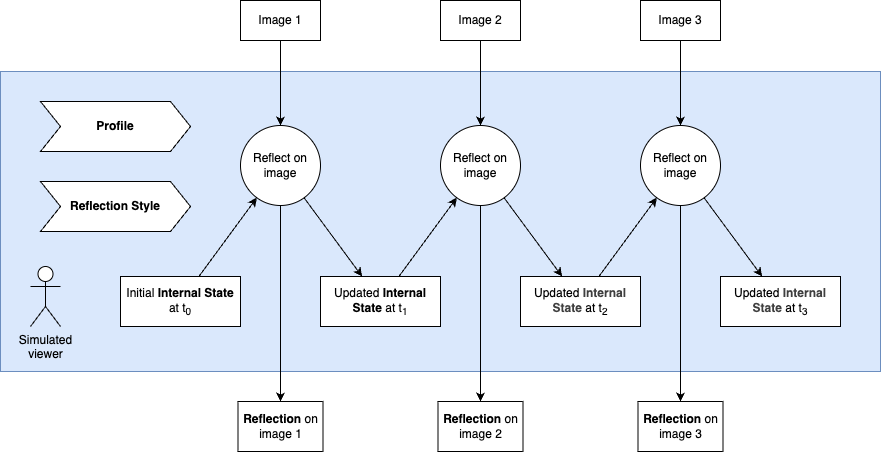
Earlier version of the draw.io export docs/stateful-viewing-model.png (fredericbenard/stateful-viewers). Source tidied: cells renumbered, new cells last; positions are measured from the earlier drawing's top-left corner, leaving out a move shared by most shapes.
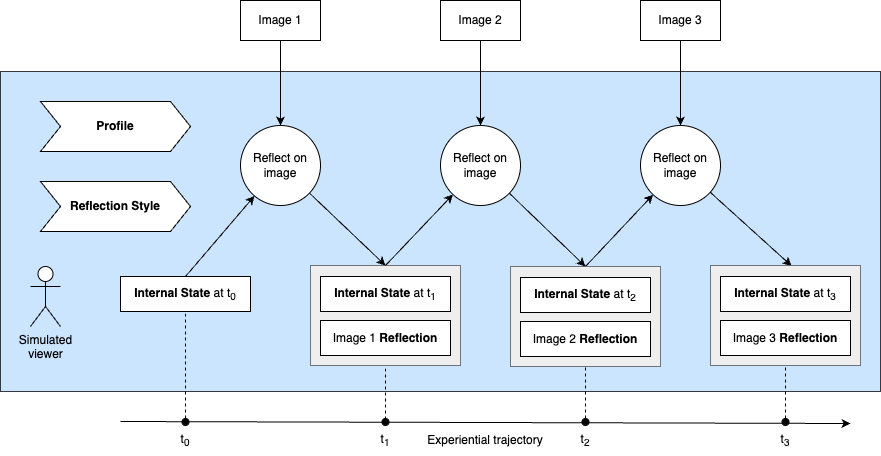
The same diagram one commit later.

Diff of the diagram source:
```diff
@@ -2,21 +2,18 @@
   <root>
     <mxCell id="0" />
     <mxCell id="1" parent="0" />
-    <mxCell id="2" style="rounded=0;whiteSpace=wrap;html=1;fillColor=#dae8fc;strokeColor=#6c8ebf;" parent="1" vertex="1">
-      <mxGeometry y="71" width="880" height="300" as="geometry" />
+    <mxCell id="2" style="rounded=0;whiteSpace=wrap;html=1;fillColor=#cce5ff;strokeColor=#36393d;" parent="1" vertex="1">
+      <mxGeometry y="71" width="880" height="320" as="geometry" />
     </mxCell>
+    <mxCell id="31" style="rounded=0;whiteSpace=wrap;html=1;strokeWidth=0.5;fillStyle=auto;fillColor=#eeeeee;strokeColor=#36393d;" parent="1" vertex="1">
+      <mxGeometry x="310" y="265" width="150" height="100" as="geometry" />
+    </mxCell>
-    <mxCell id="3" value="Initial &lt;b&gt;Internal State&lt;/b&gt; at t&lt;sub&gt;0&lt;/sub&gt;" style="rounded=0;whiteSpace=wrap;html=1;" parent="1" vertex="1">
-      <mxGeometry x="120" y="276" width="120" height="50" as="geometry" />
+    <mxCell id="3" value="&lt;b&gt;Internal State&lt;/b&gt; at t&lt;sub&gt;0&lt;/sub&gt;" style="rounded=0;whiteSpace=wrap;html=1;" parent="1" vertex="1">
+      <mxGeometry x="120" y="276" width="130" height="35" as="geometry" />
     </mxCell>
-    <mxCell id="4" value="&lt;span style=&quot;color: rgb(0, 0, 0);&quot;&gt;Updated &lt;b&gt;Internal State&lt;/b&gt;&lt;/span&gt;&amp;nbsp;at t&lt;sub&gt;1&lt;/sub&gt;" style="rounded=0;whiteSpace=wrap;html=1;" parent="1" vertex="1">
-      <mxGeometry x="320" y="276" width="120" height="50" as="geometry" />
+    <mxCell id="4" value="&lt;font&gt;&lt;span style=&quot;color: rgb(0, 0, 0);&quot;&gt;&lt;b&gt;Internal State&lt;/b&gt;&lt;/span&gt;&amp;nbsp;at t&lt;sub&gt;1&lt;/sub&gt;&lt;/font&gt;" style="rounded=0;whiteSpace=wrap;html=1;" parent="1" vertex="1">
+      <mxGeometry x="320" y="276" width="130" height="35" as="geometry" />
     </mxCell>
-    <mxCell id="5" value="&lt;span style=&quot;color: rgb(0, 0, 0);&quot;&gt;Updated&amp;nbsp;&lt;/span&gt;&lt;b style=&quot;color: rgb(63, 63, 63); scrollbar-color: rgb(226, 226, 226) rgb(251, 251, 251);&quot;&gt;Internal State&lt;/b&gt;&amp;nbsp;at t&lt;sub&gt;2&lt;/sub&gt;" style="rounded=0;whiteSpace=wrap;html=1;" parent="1" vertex="1">
-      <mxGeometry x="520" y="276" width="120" height="50" as="geometry" />
-    </mxCell>
-    <mxCell id="6" value="&lt;span style=&quot;color: rgb(0, 0, 0);&quot;&gt;Updated&amp;nbsp;&lt;/span&gt;&lt;b style=&quot;color: rgb(63, 63, 63); scrollbar-color: rgb(226, 226, 226) rgb(251, 251, 251);&quot;&gt;Internal State&lt;/b&gt;&amp;nbsp;at t&lt;sub&gt;3&lt;/sub&gt;" style="rounded=0;whiteSpace=wrap;html=1;" parent="1" vertex="1">
-      <mxGeometry x="720" y="276" width="120" height="50" as="geometry" />
-    </mxCell>
     <mxCell id="7" value="Simulated&lt;br&gt;viewer" style="shape=umlActor;verticalLabelPosition=bottom;verticalAlign=top;html=1;" parent="1" vertex="1">
       <mxGeometry x="30" y="266" width="30" height="60" as="geometry" />
     </mxCell>
@@ -29,58 +26,40 @@
     <mxCell id="10" value="Im&lt;span style=&quot;color: rgba(0, 0, 0, 0); font-family: monospace; font-size: 0px; text-align: start;&quot;&gt;%3CmxGraphModel%3E%3Croot%3E%3CmxCell%20id%3D%220%22%2F%3E%3CmxCell%20id%3D%221%22%20parent%3D%220%22%2F%3E%3CmxCell%20id%3D%222%22%20value%3D%22Imag%26lt%3Bspan%20style%3D%26quot%3Bcolor%3A%20rgba(0%2C%200%2C%200%2C%200)%3B%20font-family%3A%20monospace%3B%20font-size%3A%200px%3B%20text-align%3A%20start%3B%26quot%3B%26gt%3B%253CmxGraphModel%253E%253Croot%253E%253CmxCell%2520id%253D%25220%2522%252F%253E%253CmxCell%2520id%253D%25221%2522%2520parent%253D%25220%2522%252F%253E%253CmxCell%2520id%253D%25222%2522%2520value%253D%2522Profile%2522%2520style%253D%2522rounded%253D0%253BwhiteSpace%253Dwrap%253Bhtml%253D1%253B%2522%2520vertex%253D%25221%2522%2520parent%253D%25221%2522%253E%253CmxGeometry%2520x%253D%252290%2522%2520y%253D%2522260%2522%2520width%253D%2522120%2522%2520height%253D%252260%2522%2520as%253D%2522geometry%2522%252F%253E%253C%252FmxCell%253E%253C%252Froot%253E%253C%252FmxGraphModel%253E%26lt%3B%2Fspan%26gt%3Be%201%26lt%3Bspan%20style%3D%26quot%3Bcolor%3A%20rgba(0%2C%200%2C%200%2C%200)%3B%20font-family%3A%20monospace%3B%20font-size%3A%200px%3B%20text-align%3A%20start%3B%26quot%3B%26gt%3B%253CmxGraphModel%253E%253Croot%253E%253CmxCell%2520id%253D%25220%2522%252F%253E%253CmxCell%2520id%253D%25221%2522%2520parent%253D%25220%2522%252F%253E%253CmxCell%2520id%253D%25222%2522%2520value%253D%2522Profile%2522%2520style%253D%2522rounded%253D0%253BwhiteSpace%253Dwrap%253Bhtml%253D1%253B%2522%2520vertex%253D%25221%2522%2520parent%253D%25221%2522%253E%253CmxGeometry%2520x%253D%252290%2522%2520y%253D%2522260%2522%2520width%253D%2522120%2522%2520height%253D%252260%2522%2520as%253D%2522geometry%2522%252F%253E%253C%252FmxCell%253E%253C%252Froot%253E%253C%252FmxGraphModel%253E%26lt%3B%2Fspan%26gt%3B%22%20style%3D%22rounded%3D0%3BwhiteSpace%3Dwrap%3Bhtml%3D1%3B%22%20vertex%3D%221%22%20parent%3D%221%22%3E%3CmxGeometry%20x%3D%22300%22%20y%3D%22150%22%20width%3D%22120%22%20height%3D%2260%22%20as%3D%22geometry%22%2F%3E%3C%2FmxCell%3E%3C%2Froot%3E%3C%2FmxGraphModel%3E&lt;/span&gt;age 3" style="rounded=0;whiteSpace=wrap;html=1;" parent="1" vertex="1">
       <mxGeometry x="640" width="80" height="40" as="geometry" />
     </mxCell>
-    <mxCell id="11" value="&lt;b&gt;Reflection&lt;/b&gt; on image 1" style="rounded=0;whiteSpace=wrap;html=1;" parent="1" vertex="1">
-      <mxGeometry x="237.5" y="401" width="85" height="50" as="geometry" />
-    </mxCell>
-    <mxCell id="12" value="&lt;b&gt;Refle&lt;span style=&quot;color: rgba(0, 0, 0, 0); font-family: monospace; font-size: 0px; text-align: start;&quot;&gt;%3CmxGraphModel%3E%3Croot%3E%3CmxCell%20id%3D%220%22%2F%3E%3CmxCell%20id%3D%221%22%20parent%3D%220%22%2F%3E%3CmxCell%20id%3D%222%22%20value%3D%22Reflection%20about%20image%201%22%20style%3D%22rounded%3D0%3BwhiteSpace%3Dwrap%3Bhtml%3D1%3B%22%20vertex%3D%221%22%20parent%3D%221%22%3E%3CmxGeometry%20x%3D%22290%22%20y%3D%22300%22%20width%3D%22120%22%20height%3D%2260%22%20as%3D%22geometry%22%2F%3E%3C%2FmxCell%3E%3C%2Froot%3E%3C%2FmxGraphModel%3E&lt;/span&gt;ction&lt;/b&gt; on image 3&lt;span style=&quot;color: rgba(0, 0, 0, 0); font-family: monospace; font-size: 0px; text-align: start;&quot;&gt;%3CmxGraphModel%3E%3Croot%3E%3CmxCell%20id%3D%220%22%2F%3E%3CmxCell%20id%3D%221%22%20parent%3D%220%22%2F%3E%3CmxCell%20id%3D%222%22%20value%3D%22Reflection%20about%20image%201%22%20style%3D%22rounded%3D0%3BwhiteSpace%3Dwrap%3Bhtml%3D1%3B%22%20vertex%3D%221%22%20parent%3D%221%22%3E%3CmxGeometry%20x%3D%22290%22%20y%3D%22300%22%20width%3D%22120%22%20height%3D%2260%22%20as%3D%22geometry%22%2F%3E%3C%2FmxCell%3E%3C%2Froot%3E%3C%2FmxGraphModel%3E&lt;/span&gt;" style="rounded=0;whiteSpace=wrap;html=1;" parent="1" vertex="1">
-      <mxGeometry x="637.5" y="401" width="85" height="50" as="geometry" />
-    </mxCell>
     <mxCell id="13" style="endArrow=classic;html=1;" parent="1" edge="1" source="8" target="15">
       <mxGeometry relative="1" as="geometry" />
     </mxCell>
-    <mxCell id="14" style="endArrow=classic;html=1;" parent="1" edge="1" source="3" target="15">
+    <mxCell id="14" style="endArrow=classic;html=1;exitX=0.5;exitY=0;exitDx=0;exitDy=0;" parent="1" edge="1" source="3" target="15">
       <mxGeometry relative="1" as="geometry" />
     </mxCell>
     <mxCell id="15" value="Reflect on image" style="ellipse;whiteSpace=wrap;html=1;" parent="1" vertex="1">
       <mxGeometry x="240" y="125" width="80" height="80" as="geometry" />
     </mxCell>
-    <mxCell id="16" style="endArrow=classic;html=1;" parent="1" edge="1" source="15" target="11">
-      <mxGeometry relative="1" as="geometry" />
-    </mxCell>
-    <mxCell id="17" style="endArrow=classic;html=1;" parent="1" edge="1" source="15" target="4">
+    <mxCell id="17" style="endArrow=classic;html=1;entryX=0.5;entryY=0;entryDx=0;entryDy=0;" parent="1" edge="1" source="15" target="31">
       <mxGeometry relative="1" as="geometry" />
     </mxCell>
     <mxCell id="18" value="&lt;span style=&quot;color: rgb(0, 0, 0);&quot;&gt;Reflect on image&lt;/span&gt;" style="ellipse;whiteSpace=wrap;html=1;" parent="1" vertex="1">
       <mxGeometry x="440" y="125" width="80" height="80" as="geometry" />
     </mxCell>
-    <mxCell id="19" style="endArrow=classic;html=1;" parent="1" edge="1" source="18" target="23">
-      <mxGeometry relative="1" as="geometry" />
-    </mxCell>
-    <mxCell id="20" style="endArrow=classic;html=1;" parent="1" edge="1" source="18" target="5">
+    <mxCell id="20" style="endArrow=classic;html=1;entryX=0.5;entryY=0;entryDx=0;entryDy=0;" parent="1" edge="1" source="18" target="46">
       <mxGeometry relative="1" as="geometry" />
     </mxCell>
     <mxCell id="21" style="endArrow=classic;html=1;" parent="1" edge="1" source="9" target="18">
       <mxGeometry relative="1" as="geometry" />
     </mxCell>
-    <mxCell id="22" style="endArrow=classic;html=1;" parent="1" edge="1" source="4" target="18">
+    <mxCell id="22" style="endArrow=classic;html=1;exitX=0.5;exitY=0;exitDx=0;exitDy=0;" parent="1" edge="1" source="31" target="18">
       <mxGeometry relative="1" as="geometry" />
     </mxCell>
-    <mxCell id="23" value="&lt;b&gt;Reflection&lt;/b&gt; on image 2" style="rounded=0;whiteSpace=wrap;html=1;" parent="1" vertex="1">
-      <mxGeometry x="437.5" y="401" width="85" height="50" as="geometry" />
-    </mxCell>
     <mxCell id="24" value="&lt;span style=&quot;color: rgb(0, 0, 0);&quot;&gt;Reflect on image&lt;/span&gt;" style="ellipse;whiteSpace=wrap;html=1;" parent="1" vertex="1">
       <mxGeometry x="640" y="125" width="80" height="80" as="geometry" />
     </mxCell>
-    <mxCell id="25" style="endArrow=classic;html=1;" parent="1" edge="1" source="24" target="12">
-      <mxGeometry relative="1" as="geometry" />
-    </mxCell>
-    <mxCell id="26" style="endArrow=classic;html=1;" parent="1" edge="1" source="24" target="6">
+    <mxCell id="26" style="endArrow=classic;html=1;entryX=0.541;entryY=0.005;entryDx=0;entryDy=0;entryPerimeter=0;" parent="1" edge="1" source="24" target="49">
       <mxGeometry relative="1" as="geometry" />
     </mxCell>
     <mxCell id="27" style="endArrow=classic;html=1;" parent="1" edge="1" source="10" target="24">
       <mxGeometry relative="1" as="geometry" />
     </mxCell>
-    <mxCell id="28" style="endArrow=classic;html=1;" parent="1" edge="1" source="5" target="24">
+    <mxCell id="28" style="endArrow=classic;html=1;exitX=0.5;exitY=0;exitDx=0;exitDy=0;" parent="1" edge="1" source="46" target="24">
       <mxGeometry relative="1" as="geometry" />
     </mxCell>
     <mxCell id="29" value="&lt;b&gt;Profile&lt;/b&gt;" style="shape=step;perimeter=stepPerimeter;whiteSpace=wrap;html=1;fixedSize=1;" parent="1" vertex="1">
@@ -89,5 +68,75 @@
     <mxCell id="30" value="&lt;b&gt;Reflection Style&lt;/b&gt;" style="shape=step;perimeter=stepPerimeter;whiteSpace=wrap;html=1;fixedSize=1;" parent="1" vertex="1">
       <mxGeometry x="40" y="181" width="150" height="50" as="geometry" />
     </mxCell>
+    <mxCell id="32" style="endArrow=none;html=1;endFill=0;startArrow=classic;startFill=1;" parent="1" edge="1">
+      <mxGeometry relative="1" as="geometry">
+        <mxPoint x="850" y="423" as="sourcePoint" />
+        <mxPoint x="120" y="421" as="targetPoint" />
+      </mxGeometry>
+    </mxCell>
+    <mxCell id="33" style="ellipse;whiteSpace=wrap;html=1;fillColor=#000000;" parent="1" vertex="1">
+      <mxGeometry x="181.5" y="418" width="7" height="7" as="geometry" />
+    </mxCell>
+    <mxCell id="34" value="t&lt;sub&gt;0&lt;/sub&gt;" style="text;html=1;align=center;verticalAlign=middle;whiteSpace=wrap;rounded=0;" parent="1" vertex="1">
+      <mxGeometry x="155" y="425" width="60" height="30" as="geometry" />
+    </mxCell>
+    <mxCell id="35" style="ellipse;whiteSpace=wrap;html=1;fillColor=#000000;" parent="1" vertex="1">
+      <mxGeometry x="381.5" y="418" width="7" height="7" as="geometry" />
+    </mxCell>
+    <mxCell id="36" style="ellipse;whiteSpace=wrap;html=1;fillColor=#000000;" parent="1" vertex="1">
+      <mxGeometry x="581.5" y="418" width="7" height="7" as="geometry" />
+    </mxCell>
+    <mxCell id="37" style="ellipse;whiteSpace=wrap;html=1;fillColor=#000000;" parent="1" vertex="1">
+      <mxGeometry x="781.5" y="418" width="7" height="7" as="geometry" />
+    </mxCell>
+    <mxCell id="38" value="t&lt;sub&gt;1&lt;/sub&gt;" style="text;html=1;align=center;verticalAlign=middle;whiteSpace=wrap;rounded=0;" parent="1" vertex="1">
+      <mxGeometry x="355" y="425" width="60" height="30" as="geometry" />
+    </mxCell>
+    <mxCell id="39" value="t&lt;sub&gt;2&lt;/sub&gt;" style="text;html=1;align=center;verticalAlign=middle;whiteSpace=wrap;rounded=0;" parent="1" vertex="1">
+      <mxGeometry x="555" y="425" width="60" height="30" as="geometry" />
+    </mxCell>
+    <mxCell id="40" value="t&lt;sub&gt;3&lt;/sub&gt;" style="text;html=1;align=center;verticalAlign=middle;whiteSpace=wrap;rounded=0;" parent="1" vertex="1">
+      <mxGeometry x="755" y="425" width="60" height="30" as="geometry" />
+    </mxCell>
+    <mxCell id="41" value="Experiential trajectory" style="text;html=1;align=center;verticalAlign=middle;whiteSpace=wrap;rounded=0;" parent="1" vertex="1">
+      <mxGeometry x="415" y="425" width="140" height="30" as="geometry" />
+    </mxCell>
+    <mxCell id="42" style="endArrow=none;dashed=1;html=1;entryX=0.5;entryY=1;entryDx=0;entryDy=0;exitX=0.5;exitY=0;exitDx=0;exitDy=0;" parent="1" edge="1" source="33" target="3">
+      <mxGeometry relative="1" as="geometry" />
+    </mxCell>
+    <mxCell id="43" style="endArrow=none;dashed=1;html=1;entryX=0.5;entryY=1;entryDx=0;entryDy=0;exitX=0.5;exitY=1;exitDx=0;exitDy=0;" parent="1" edge="1" source="35" target="31">
+      <mxGeometry relative="1" as="geometry" />
+    </mxCell>
+    <mxCell id="44" style="endArrow=none;dashed=1;html=1;entryX=0.5;entryY=1;entryDx=0;entryDy=0;exitX=0.5;exitY=0;exitDx=0;exitDy=0;" parent="1" edge="1" source="36">
+      <mxGeometry relative="1" as="geometry">
+        <mxPoint x="585" y="311" as="targetPoint" />
+      </mxGeometry>
+    </mxCell>
+    <mxCell id="45" style="endArrow=none;dashed=1;html=1;entryX=0.5;entryY=1;entryDx=0;entryDy=0;exitX=0.5;exitY=0;exitDx=0;exitDy=0;" parent="1" edge="1" source="37">
+      <mxGeometry relative="1" as="geometry">
+        <mxPoint x="785" y="311" as="targetPoint" />
+      </mxGeometry>
+    </mxCell>
+    <mxCell id="11" value="Image 1 &lt;b&gt;Reflection&lt;/b&gt;" style="rounded=0;whiteSpace=wrap;html=1;" parent="1" vertex="1">
+      <mxGeometry x="320" y="320" width="130" height="35" as="geometry" />
+    </mxCell>
+    <mxCell id="46" style="rounded=0;whiteSpace=wrap;html=1;fillColor=#eeeeee;strokeWidth=0.5;fillStyle=auto;strokeColor=#36393d;" parent="1" vertex="1">
+      <mxGeometry x="510" y="266" width="150" height="100" as="geometry" />
+    </mxCell>
+    <mxCell id="47" value="&lt;font&gt;&lt;span style=&quot;color: rgb(0, 0, 0);&quot;&gt;&lt;b&gt;Internal State&lt;/b&gt;&lt;/span&gt;&amp;nbsp;at t&lt;sub&gt;2&lt;/sub&gt;&lt;/font&gt;" style="rounded=0;whiteSpace=wrap;html=1;" parent="1" vertex="1">
+      <mxGeometry x="520" y="277" width="130" height="35" as="geometry" />
+    </mxCell>
+    <mxCell id="48" value="Image 2&amp;nbsp;&lt;b&gt;Reflection&lt;/b&gt;" style="rounded=0;whiteSpace=wrap;html=1;" parent="1" vertex="1">
+      <mxGeometry x="520" y="321" width="130" height="35" as="geometry" />
+    </mxCell>
+    <mxCell id="49" style="rounded=0;whiteSpace=wrap;html=1;fillColor=#eeeeee;strokeWidth=0.5;fillStyle=auto;strokeColor=#36393d;" parent="1" vertex="1">
+      <mxGeometry x="710" y="265" width="150" height="100" as="geometry" />
+    </mxCell>
+    <mxCell id="50" value="&lt;font&gt;&lt;span style=&quot;color: rgb(0, 0, 0);&quot;&gt;&lt;b&gt;Internal State&lt;/b&gt;&lt;/span&gt;&amp;nbsp;at t&lt;sub&gt;3&lt;/sub&gt;&lt;/font&gt;" style="rounded=0;whiteSpace=wrap;html=1;" parent="1" vertex="1">
+      <mxGeometry x="720" y="276" width="130" height="35" as="geometry" />
+    </mxCell>
+    <mxCell id="51" value="Image 3&amp;nbsp;&lt;b&gt;Reflection&lt;/b&gt;" style="rounded=0;whiteSpace=wrap;html=1;" parent="1" vertex="1">
+      <mxGeometry x="720" y="320" width="130" height="35" as="geometry" />
+    </mxCell>
   </root>
 </mxGraphModel>
```
